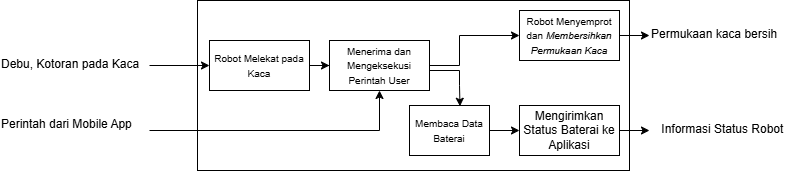
bryansasa/PPT-Cleaning-Glass-Robot keeps this draw.io diagram as FunctionTree.drawio.png. Above is the earlier version. Source tidied: cells renumbered, new cells last; positions are measured from the earlier drawing's top-left corner, leaving out a move shared by most shapes.
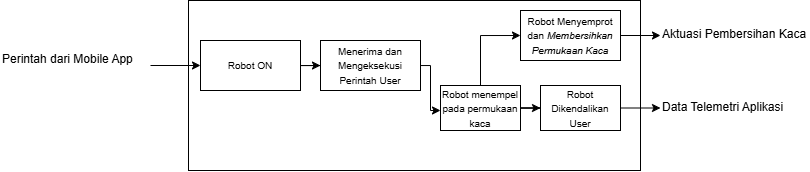
Later version of the same file.

Change to the diagram source:
```diff
@@ -3,69 +3,57 @@
     <mxCell id="0" />
     <mxCell id="1" parent="0" />
     <mxCell id="2" style="rounded=0;whiteSpace=wrap;html=1;" parent="1" vertex="1">
-      <mxGeometry x="198" width="432" height="170" as="geometry" />
+      <mxGeometry x="178" width="452" height="170" as="geometry" />
     </mxCell>
-    <mxCell id="3" style="edgeStyle=orthogonalEdgeStyle;rounded=0;jettySize=auto;html=1;entryX=0;entryY=0.5;entryDx=0;entryDy=0;" parent="1" edge="1" source="4" target="6">
-      <mxGeometry relative="1" as="geometry" />
-    </mxCell>
-    <mxCell id="4" value="Debu, Kotoran pada Kaca" style="text;whiteSpace=wrap;html=1;" parent="1" vertex="1">
-      <mxGeometry y="50" width="150" height="30" as="geometry" />
-    </mxCell>
     <mxCell id="5" style="edgeStyle=orthogonalEdgeStyle;rounded=0;jettySize=auto;html=1;" parent="1" edge="1" source="6" target="8">
       <mxGeometry relative="1" as="geometry" />
     </mxCell>
-    <mxCell id="6" value="&lt;span&gt;&lt;font style=&quot;font-size: 10px;&quot;&gt;Robot Melekat&amp;nbsp;&lt;span style=&quot;color: rgba(0, 0, 0, 0); font-family: monospace; font-size: 0px; text-align: start; text-wrap-mode: nowrap;&quot;&gt;%3CmxGraphModel%3E%3Croot%3E%3CmxCell%20id%3D%220%22%2F%3E%3CmxCell%20id%3D%221%22%20parent%3D%220%22%2F%3E%3CmxCell%20id%3D%222%22%20parent%3D%221%22%20style%3D%22text%3BwhiteSpace%3Dwrap%3Bhtml%3D1%3B%22%20value%3D%22Perintah%20dari%20Mobile%20App%22%20vertex%3D%221%22%3E%3CmxGeometry%20height%3D%2240%22%20width%3D%22150%22%20x%3D%22150%22%20y%3D%22580%22%20as%3D%22geometry%22%2F%3E%3C%2FmxCell%3E%3C%2Froot%3E%3C%2FmxGraphModel%3E&lt;/span&gt;pada Kaca&lt;/font&gt;&lt;/span&gt;" style="rounded=0;whiteSpace=wrap;html=1;" parent="1" vertex="1">
-      <mxGeometry x="210" y="40" width="100" height="50" as="geometry" />
+    <mxCell id="6" value="&lt;span style=&quot;font-size: 10px;&quot;&gt;Robot ON&lt;/span&gt;" style="rounded=0;whiteSpace=wrap;html=1;" parent="1" vertex="1">
+      <mxGeometry x="190" y="40" width="100" height="50" as="geometry" />
     </mxCell>
-    <mxCell id="7" style="edgeStyle=orthogonalEdgeStyle;rounded=0;jettySize=auto;html=1;" parent="1" edge="1" source="8" target="10">
-      <mxGeometry relative="1" as="geometry">
-        <Array as="points">
-          <mxPoint x="460" y="65" />
-          <mxPoint x="460" y="35" />
-        </Array>
-      </mxGeometry>
-    </mxCell>
+    <mxCell id="20" style="edgeStyle=orthogonalEdgeStyle;rounded=0;jettySize=auto;html=1;" parent="1" edge="1" source="8" target="24">
+      <mxGeometry relative="1" as="geometry">
+        <Array as="points">
+          <mxPoint x="420" y="65" />
+          <mxPoint x="420" y="110" />
+        </Array>
+      </mxGeometry>
+    </mxCell>
     <mxCell id="8" value="&lt;span&gt;&lt;font style=&quot;font-size: 10px;&quot;&gt;Menerima dan Mengeksekusi Perintah User&lt;/font&gt;&lt;/span&gt;" style="rounded=0;whiteSpace=wrap;html=1;" parent="1" vertex="1">
-      <mxGeometry x="330" y="40" width="100" height="50" as="geometry" />
+      <mxGeometry x="310" y="40" width="100" height="50" as="geometry" />
     </mxCell>
     <mxCell id="9" style="edgeStyle=orthogonalEdgeStyle;rounded=0;jettySize=auto;html=1;" parent="1" edge="1" source="10" target="11">
       <mxGeometry relative="1" as="geometry" />
     </mxCell>
     <mxCell id="10" value="&lt;span&gt;&lt;font style=&quot;font-size: 10px;&quot;&gt;Robot Menyemprot dan &lt;i&gt;Membersihkan Permukaan Kaca&lt;/i&gt;&lt;/font&gt;&lt;/span&gt;" style="rounded=0;whiteSpace=wrap;html=1;" parent="1" vertex="1">
-      <mxGeometry x="520" y="10" width="100" height="50" as="geometry" />
+      <mxGeometry x="510" y="10" width="100" height="50" as="geometry" />
     </mxCell>
-    <mxCell id="11" value="Permukaan kaca bersih" style="text;whiteSpace=wrap;html=1;" parent="1" vertex="1">
+    <mxCell id="11" value="Aktuasi Pembersihan Kaca" style="text;whiteSpace=wrap;html=1;" parent="1" vertex="1">
       <mxGeometry x="650" y="20" width="150" height="30" as="geometry" />
     </mxCell>
-    <mxCell id="12" style="edgeStyle=orthogonalEdgeStyle;rounded=0;jettySize=auto;html=1;" parent="1" edge="1" source="13" target="15">
-      <mxGeometry relative="1" as="geometry" />
-    </mxCell>
-    <mxCell id="13" value="&lt;span style=&quot;font-size: 10px;&quot;&gt;Membaca Data Baterai&lt;/span&gt;" style="rounded=0;whiteSpace=wrap;html=1;" parent="1" vertex="1">
-      <mxGeometry x="410" y="105" width="80" height="50" as="geometry" />
-    </mxCell>
-    <mxCell id="14" style="edgeStyle=orthogonalEdgeStyle;rounded=0;jettySize=auto;html=1;" parent="1" edge="1" source="15" target="16">
-      <mxGeometry relative="1" as="geometry" />
-    </mxCell>
-    <mxCell id="15" value="Mengirimkan Status Baterai ke Aplikasi" style="rounded=0;whiteSpace=wrap;html=1;" parent="1" vertex="1">
-      <mxGeometry x="520" y="105" width="100" height="50" as="geometry" />
-    </mxCell>
-    <mxCell id="16" value="&lt;div style=&quot;&quot;&gt;&lt;span style=&quot;background-color: transparent; color: light-dark(rgb(0, 0, 0), rgb(255, 255, 255));&quot;&gt;Informasi Status Robot&amp;nbsp;&lt;/span&gt;&lt;/div&gt;" style="text;whiteSpace=wrap;html=1;align=center;" parent="1" vertex="1">
-      <mxGeometry x="650" y="115" width="150" height="30" as="geometry" />
-    </mxCell>
-    <mxCell id="17" style="edgeStyle=orthogonalEdgeStyle;rounded=0;jettySize=auto;html=1;" parent="1" edge="1" source="18" target="8">
-      <mxGeometry relative="1" as="geometry" />
-    </mxCell>
+    <mxCell id="21" style="edgeStyle=orthogonalEdgeStyle;rounded=0;jettySize=auto;html=1;entryX=0;entryY=0.5;entryDx=0;entryDy=0;" parent="1" edge="1" source="18" target="6">
+      <mxGeometry relative="1" as="geometry" />
+    </mxCell>
     <mxCell id="18" value="Perintah dari Mobile App" style="text;whiteSpace=wrap;html=1;" parent="1" vertex="1">
-      <mxGeometry y="110" width="150" height="40" as="geometry" />
+      <mxGeometry x="-10" y="45" width="150" height="40" as="geometry" />
     </mxCell>
-    <mxCell id="19" style="edgeStyle=orthogonalEdgeStyle;rounded=0;jettySize=auto;html=1;entryX=0.631;entryY=0.015;entryDx=0;entryDy=0;entryPerimeter=0;" parent="1" edge="1" source="8" target="13">
-      <mxGeometry relative="1" as="geometry">
-        <Array as="points">
-          <mxPoint x="460" y="70" />
-          <mxPoint x="460" y="85" />
-          <mxPoint x="461" y="85" />
-        </Array>
-      </mxGeometry>
-    </mxCell>
+    <mxCell id="22" style="edgeStyle=orthogonalEdgeStyle;rounded=0;jettySize=auto;html=1;entryX=0;entryY=0.5;entryDx=0;entryDy=0;" parent="1" edge="1" source="24" target="10">
+      <mxGeometry relative="1" as="geometry" />
+    </mxCell>
+    <mxCell id="23" style="edgeStyle=orthogonalEdgeStyle;rounded=0;jettySize=auto;html=1;" parent="1" edge="1" source="24" target="26">
+      <mxGeometry relative="1" as="geometry" />
+    </mxCell>
+    <mxCell id="24" value="&lt;span style=&quot;font-size: 10px;&quot;&gt;Robot menempel pada permukaan kaca&lt;/span&gt;" style="rounded=0;whiteSpace=wrap;html=1;" parent="1" vertex="1">
+      <mxGeometry x="430" y="85" width="80" height="45" as="geometry" />
+    </mxCell>
+    <mxCell id="25" style="edgeStyle=orthogonalEdgeStyle;rounded=0;jettySize=auto;html=1;" parent="1" edge="1" source="26" target="27">
+      <mxGeometry relative="1" as="geometry" />
+    </mxCell>
+    <mxCell id="26" value="&lt;span style=&quot;font-size: 10px;&quot;&gt;Robot Dikendalikan User&lt;/span&gt;" style="rounded=0;whiteSpace=wrap;html=1;" parent="1" vertex="1">
+      <mxGeometry x="530" y="85" width="80" height="45" as="geometry" />
+    </mxCell>
+    <mxCell id="27" value="Data Telemetri Aplikasi" style="text;whiteSpace=wrap;html=1;" parent="1" vertex="1">
+      <mxGeometry x="650" y="92.5" width="150" height="30" as="geometry" />
+    </mxCell>
   </root>
 </mxGraphModel>
```
